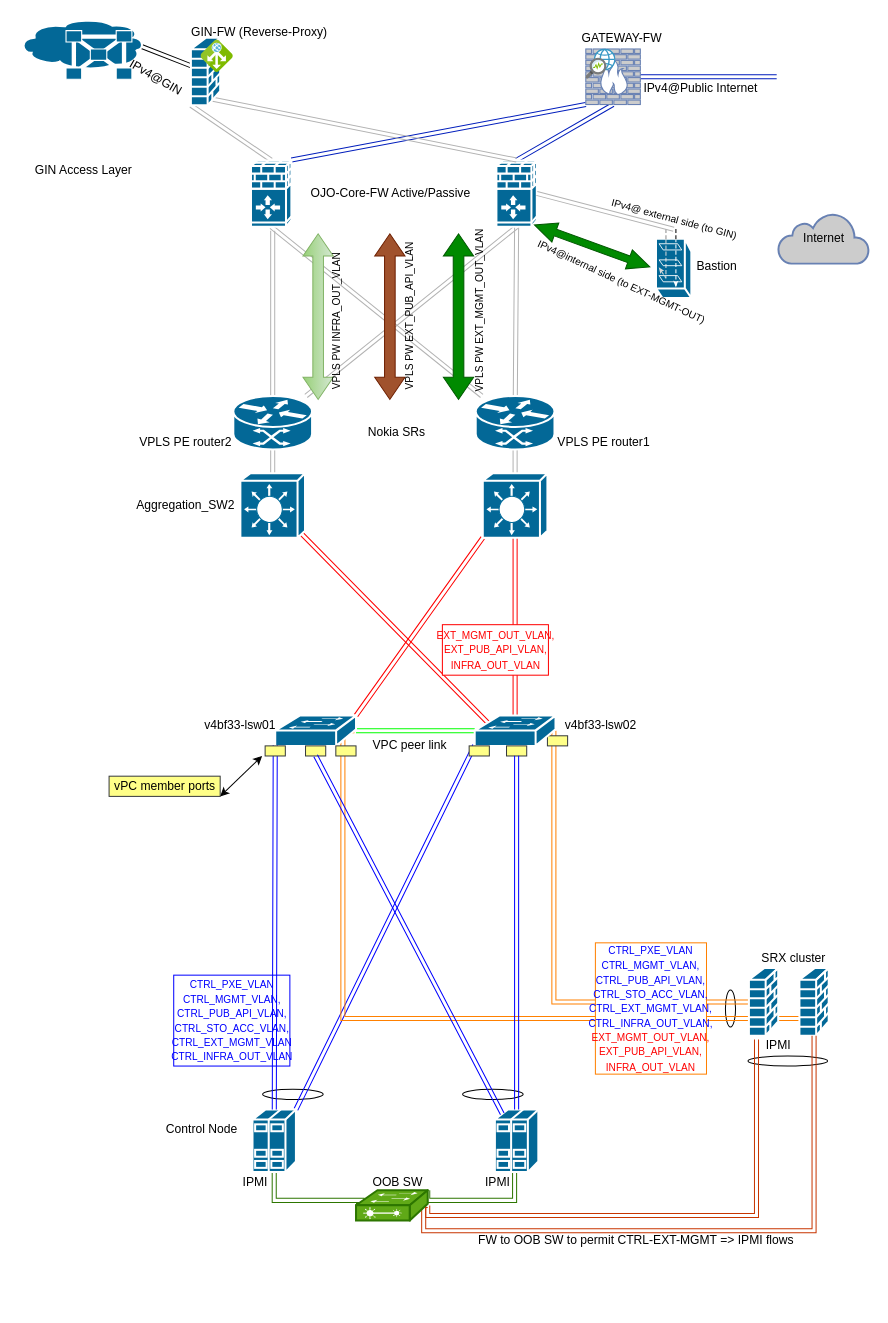
Before: LLD_OPC_VdR_wToolServer(bastion+RP).drawio in bogdanadrian-burciu/diagrams-net, a draw.io diagram. Source tidied: cells renumbered, new cells numbered last; positions are measured from the earlier drawing's top-left corner, leaving out a move shared by most shapes. Both pictures are drawn from the tidied source at 101%, with x=0, y=0 at pixel (17, 18).
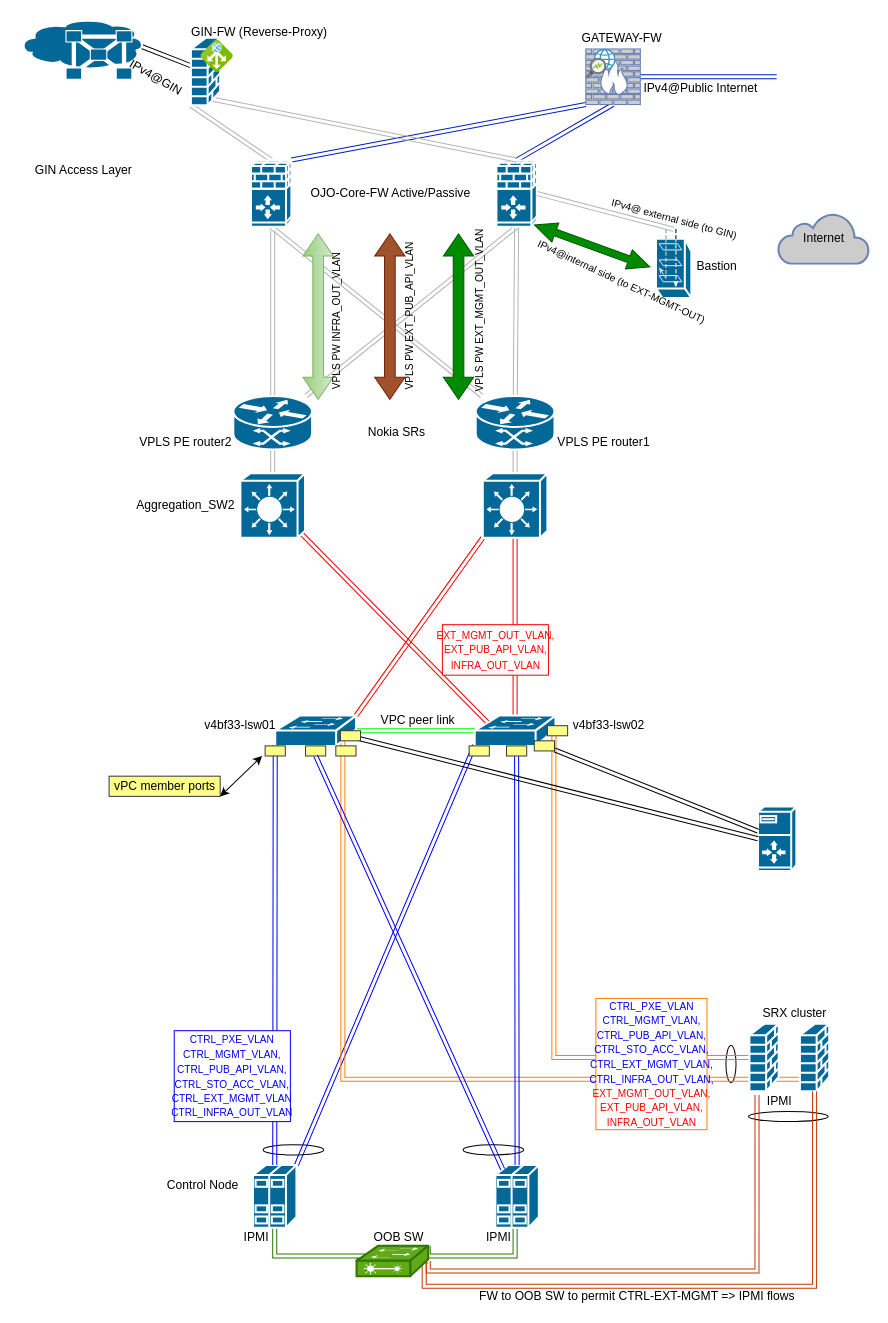
After the change.

Unchanged cells that the change refers to:
```xml
<mxCell id="49" style="shape=mxgraph.cisco.switches.workgroup_switch;html=1;dashed=0;fillColor=#036897;strokeColor=#ffffff;strokeWidth=2;verticalLabelPosition=bottom;verticalAlign=top;align=center;outlineConnect=0;" parent="1" vertex="1">
  <mxGeometry x="255" y="690" width="80" height="30" as="geometry" />
</mxCell>
```

What changed in the source:
```diff
@@
     <mxCell id="2" style="ellipse;whiteSpace=wrap;html=1;" parent="1" vertex="1">
-      <mxGeometry x="242.5" y="1060" width="60" height="10" as="geometry" />
+      <mxGeometry x="243" y="1115" width="60" height="10" as="geometry" />
     </mxCell>
     <mxCell id="3" style="ellipse;whiteSpace=wrap;html=1;" parent="1" vertex="1">
-      <mxGeometry x="440.5" y="1060" width="60" height="10" as="geometry" />
+      <mxGeometry x="441" y="1115" width="60" height="10" as="geometry" />
     </mxCell>
     <mxCell id="4" style="ellipse;whiteSpace=wrap;html=1;" parent="1" vertex="1">
-      <mxGeometry x="723" y="1027" width="79" height="10" as="geometry" />
+      <mxGeometry x="723.5" y="1082" width="79" height="10" as="geometry" />
     </mxCell>
     <mxCell id="5" style="ellipse;whiteSpace=wrap;html=1;rotation=-90;" parent="1" vertex="1">
-      <mxGeometry x="687.5" y="975" width="36.5" height="10" as="geometry" />
+      <mxGeometry x="688" y="1030" width="36.5" height="10" as="geometry" />
     </mxCell>
@@
     <mxCell id="8" style="edgeStyle=orthogonalEdgeStyle;rounded=0;jettySize=auto;html=1;exitX=0.5;exitY=1;exitDx=0;exitDy=0;exitPerimeter=0;fillColor=#60a917;strokeColor=#2D7600;shape=link;entryX=0;entryY=0.5;entryDx=0;entryDy=0;entryPerimeter=0;" parent="1" edge="1" source="9" target="93">
       <mxGeometry relative="1" as="geometry">
         <Array as="points">
-          <mxPoint x="254" y="1170" />
-          <mxPoint x="341" y="1170" />
+          <mxPoint x="254.5" y="1225" />
+          <mxPoint x="341.5" y="1225" />
         </Array>
       </mxGeometry>
     </mxCell>
     <mxCell id="9" style="shape=mxgraph.cisco.servers.standard_host;html=1;dashed=0;fillColor=#036897;strokeColor=#ffffff;strokeWidth=2;verticalLabelPosition=bottom;verticalAlign=top;align=center;outlineConnect=0;" parent="1" vertex="1">
-      <mxGeometry x="232.5" y="1080" width="43" height="62" as="geometry" />
+      <mxGeometry x="233" y="1135" width="43" height="62" as="geometry" />
     </mxCell>
@@
     <mxCell id="12" style="edgeStyle=orthogonalEdgeStyle;rounded=0;jettySize=auto;html=1;entryX=1;entryY=0;entryDx=0;entryDy=0;entryPerimeter=0;fillColor=#60a917;strokeColor=#2D7600;shape=link;" parent="1" edge="1" source="13" target="93">
       <mxGeometry relative="1" as="geometry">
         <Array as="points">
-          <mxPoint x="492" y="1170" />
+          <mxPoint x="492.5" y="1225" />
         </Array>
       </mxGeometry>
     </mxCell>
     <mxCell id="13" style="shape=mxgraph.cisco.servers.standard_host;html=1;dashed=0;fillColor=#036897;strokeColor=#ffffff;strokeWidth=2;verticalLabelPosition=bottom;verticalAlign=top;align=center;outlineConnect=0;" parent="1" vertex="1">
-      <mxGeometry x="472.5" y="1080" width="43" height="62" as="geometry" />
+      <mxGeometry x="473" y="1135" width="43" height="62" as="geometry" />
     </mxCell>
@@
     <mxCell id="19" style="edgeStyle=orthogonalEdgeStyle;rounded=0;jettySize=auto;html=1;entryX=0.98;entryY=0.5;entryDx=0;entryDy=0;entryPerimeter=0;strokeColor=#FF8000;shape=link;" parent="1" edge="1" source="21" target="49">
       <mxGeometry relative="1" as="geometry">
         <Array as="points">
-          <mxPoint x="322" y="990" />
+          <mxPoint x="789" y="1050" />
+          <mxPoint x="322" y="1050" />
           <mxPoint x="322" y="705" />
         </Array>
       </mxGeometry>
     </mxCell>
     <mxCell id="20" style="shape=mxgraph.cisco.security.firewall;html=1;dashed=0;fillColor=#036897;strokeColor=#ffffff;strokeWidth=2;verticalLabelPosition=bottom;verticalAlign=top;align=center;outlineConnect=0;" parent="1" vertex="1">
-      <mxGeometry x="724" y="940" width="29" height="67" as="geometry" />
+      <mxGeometry x="724.5" y="995" width="29" height="67" as="geometry" />
     </mxCell>
     <mxCell id="21" style="shape=mxgraph.cisco.security.firewall;html=1;dashed=0;fillColor=#036897;strokeColor=#ffffff;strokeWidth=2;verticalLabelPosition=bottom;verticalAlign=top;align=center;outlineConnect=0;" parent="1" vertex="1">
-      <mxGeometry x="774" y="940" width="29" height="67" as="geometry" />
+      <mxGeometry x="774.5" y="995" width="29" height="67" as="geometry" />
     </mxCell>
@@
     <mxCell id="25" value="v4bf33-lsw02" style="text;html=1;align=center;verticalAlign=middle;" parent="1" vertex="1">
-      <mxGeometry x="531.5" y="690" width="90" height="20" as="geometry" />
+      <mxGeometry x="539.5" y="690" width="90" height="20" as="geometry" />
     </mxCell>
@@
     <mxCell id="27" value="Control Node" style="text;html=1;align=center;verticalAlign=middle;" parent="1" vertex="1">
-      <mxGeometry x="137" y="1090" width="90" height="20" as="geometry" />
+      <mxGeometry x="137.5" y="1145" width="90" height="20" as="geometry" />
     </mxCell>
     <mxCell id="28" value="SRX cluster" style="text;html=1;align=center;verticalAlign=middle;" parent="1" vertex="1">
-      <mxGeometry x="728" y="920" width="80" height="20" as="geometry" />
+      <mxGeometry x="728.5" y="975" width="80" height="20" as="geometry" />
     </mxCell>
     <mxCell id="29" value="VPC peer link" style="text;html=1;align=center;verticalAlign=middle;" parent="1" vertex="1">
-      <mxGeometry x="343" y="710" width="90" height="20" as="geometry" />
+      <mxGeometry x="350.5" y="685" width="90" height="20" as="geometry" />
     </mxCell>
-    <mxCell id="30" value="&lt;span style=&quot;font-family: &amp;#34;calibri&amp;#34; , sans-serif ; text-transform: uppercase&quot;&gt;&lt;font style=&quot;font-size: 10px&quot; color=&quot;#0000ff&quot;&gt;CTRL_PXE_VLAN&lt;br&gt;ctrl_mgmt_vlan, ctrl_pub_api_vlan,&lt;br&gt;ctrl_sto_acc_vlan, CTRL_ext_mgmt_vlan&lt;br&gt;CTRL_INFRA_OUT_VLAN&lt;br&gt;&lt;/font&gt;&lt;/span&gt;" style="whiteSpace=wrap;html=1;strokeColor=#0000FF;" parent="1" vertex="1">
-      <mxGeometry x="154.5" y="947" width="115" height="90" as="geometry" />
-    </mxCell>
     <mxCell id="31" value="&lt;font style=&quot;font-size: 10px&quot;&gt;&lt;font style=&quot;font-size: 10px&quot;&gt;&lt;font face=&quot;calibri, sans-serif&quot; style=&quot;color: rgb(0 , 0 , 255) ; font-size: 10px&quot;&gt;&lt;span style=&quot;text-transform: uppercase&quot;&gt;CTRL_PXE_VLAN&lt;br&gt;ctrl_mgmt_vlan, ctrl_pub_api_vlan,&lt;/span&gt;&lt;/font&gt;&lt;br&gt;&lt;font face=&quot;calibri, sans-serif&quot; style=&quot;color: rgb(0 , 0 , 255) ; font-size: 10px&quot;&gt;&lt;span style=&quot;text-transform: uppercase&quot;&gt;ctrl_sto_acc_vlan, CTRL_ext_mgmt_vlan,&lt;br&gt;CTRL_INFRA_OUT_VLAN,&lt;/span&gt;&lt;/font&gt;&lt;br&gt;&lt;font face=&quot;calibri, sans-serif&quot; style=&quot;font-size: 10px&quot; color=&quot;#ff0000&quot;&gt;&lt;span style=&quot;text-transform: uppercase&quot;&gt;EXT_MGMT_OUT_VLAN,&lt;br&gt;EXT_PUB_API_VLAN, INFRA_OUT_VLAN&lt;/span&gt;&lt;/font&gt;&lt;/font&gt;&lt;/font&gt;&lt;font style=&quot;font-size: 10px&quot; color=&quot;#0000ff&quot;&gt;&lt;br&gt;&lt;/font&gt;" style="whiteSpace=wrap;html=1;strokeColor=#FF8000;" parent="1" vertex="1">
-      <mxGeometry x="572" y="915" width="110" height="130" as="geometry" />
+      <mxGeometry x="572.5" y="970" width="110" height="130" as="geometry" />
     </mxCell>
@@
     <mxCell id="33" value="OOB SW" style="text;html=1;align=center;verticalAlign=middle;" parent="1" vertex="1">
-      <mxGeometry x="346" y="1142" width="60" height="20" as="geometry" />
+      <mxGeometry x="346.5" y="1197" width="60" height="20" as="geometry" />
     </mxCell>
     <mxCell id="34" value="IPMI" style="text;html=1;align=center;verticalAlign=middle;" parent="1" vertex="1">
-      <mxGeometry x="215" y="1142" width="40" height="20" as="geometry" />
+      <mxGeometry x="215.5" y="1197" width="40" height="20" as="geometry" />
     </mxCell>
     <mxCell id="35" value="IPMI" style="text;html=1;align=center;verticalAlign=middle;" parent="1" vertex="1">
-      <mxGeometry x="455" y="1142" width="40" height="20" as="geometry" />
+      <mxGeometry x="455.5" y="1197" width="40" height="20" as="geometry" />
     </mxCell>
     <mxCell id="36" value="IPMI" style="text;html=1;align=center;verticalAlign=middle;points=[];" parent="1" vertex="1">
-      <mxGeometry x="733" y="1007" width="40" height="20" as="geometry" />
+      <mxGeometry x="733.5" y="1062" width="40" height="20" as="geometry" />
     </mxCell>
@@
-    <mxCell id="50" style="whiteSpace=wrap;html=1;fillColor=#ffff88;strokeColor=#36393d;" parent="1" vertex="1">
-      <mxGeometry x="524.5" y="710" width="20" height="10" as="geometry" />
-    </mxCell>
@@
     <mxCell id="52" style="edgeStyle=orthogonalEdgeStyle;rounded=0;jettySize=auto;html=1;fillColor=#fa6800;strokeColor=#C73500;shape=link;exitX=0.5;exitY=1;exitDx=0;exitDy=0;exitPerimeter=0;entryX=1;entryY=0.5;entryDx=0;entryDy=0;entryPerimeter=0;" parent="1" edge="1" source="21" target="93">
       <mxGeometry relative="1" as="geometry">
         <Array as="points">
-          <mxPoint x="788" y="1200" />
-          <mxPoint x="402" y="1200" />
-          <mxPoint x="402" y="1175" />
+          <mxPoint x="788.5" y="1255" />
+          <mxPoint x="402.5" y="1255" />
+          <mxPoint x="402.5" y="1230" />
         </Array>
       </mxGeometry>
     </mxCell>
     <mxCell id="53" style="edgeStyle=orthogonalEdgeStyle;rounded=0;jettySize=auto;html=1;fillColor=#fa6800;strokeColor=#C73500;shape=link;exitX=-0.037;exitY=0.184;exitDx=0;exitDy=0;exitPerimeter=0;entryX=1;entryY=0.5;entryDx=0;entryDy=0;entryPerimeter=0;" parent="1" edge="1" source="36" target="93">
       <mxGeometry relative="1" as="geometry">
         <Array as="points">
-          <mxPoint x="732" y="1185" />
+          <mxPoint x="732.5" y="1240" />
         </Array>
       </mxGeometry>
     </mxCell>
     <mxCell id="54" value="FW to OOB SW to permit CTRL-EXT-MGMT =&amp;gt; IPMI flows" style="text;html=1;align=center;verticalAlign=middle;" parent="1" vertex="1">
-      <mxGeometry x="447" y="1200" width="330" height="20" as="geometry" />
+      <mxGeometry x="447.5" y="1255" width="330" height="20" as="geometry" />
     </mxCell>
@@
-    <mxCell id="91" style="shape=mxgraph.cisco.switches.workgroup_switch;html=1;dashed=0;fillColor=#036897;strokeColor=#ffffff;strokeWidth=2;verticalLabelPosition=bottom;verticalAlign=top;align=center;outlineConnect=0;" parent="1" vertex="1">
-      <mxGeometry x="452.5" y="690" width="80" height="30" as="geometry" />
-    </mxCell>
-    <mxCell id="92" style="whiteSpace=wrap;html=1;fillColor=#ffff88;strokeColor=#36393d;" parent="1" vertex="1">
-      <mxGeometry x="447" y="720" width="20" height="10" as="geometry" />
-    </mxCell>
     <mxCell id="93" style="shape=mxgraph.cisco.switches.layer_2_remote_switch;html=1;dashed=0;fillColor=#60a917;strokeColor=#2D7600;strokeWidth=2;verticalLabelPosition=bottom;verticalAlign=top;align=center;outlineConnect=0;fontColor=#ffffff;" parent="1" vertex="1">
-      <mxGeometry x="335" y="1160" width="71" height="30" as="geometry" />
+      <mxGeometry x="335.5" y="1215" width="71" height="30" as="geometry" />
     </mxCell>
-    <mxCell id="94" style="whiteSpace=wrap;html=1;fillColor=#ffff88;strokeColor=#36393d;" parent="1" vertex="1">
-      <mxGeometry x="484" y="720" width="20" height="10" as="geometry" />
-    </mxCell>
@@
+    <mxCell id="30" value="&lt;span style=&quot;font-family: &amp;#34;calibri&amp;#34; , sans-serif ; text-transform: uppercase&quot;&gt;&lt;font style=&quot;font-size: 10px&quot; color=&quot;#0000ff&quot;&gt;CTRL_PXE_VLAN&lt;br&gt;ctrl_mgmt_vlan, ctrl_pub_api_vlan,&lt;br&gt;ctrl_sto_acc_vlan, CTRL_ext_mgmt_vlan&lt;br&gt;CTRL_INFRA_OUT_VLAN&lt;br&gt;&lt;/font&gt;&lt;/span&gt;" style="whiteSpace=wrap;html=1;strokeColor=#0000FF;" parent="1" vertex="1">
+      <mxGeometry x="155" y="1002" width="115" height="90" as="geometry" />
+    </mxCell>
+    <mxCell id="100" style="edgeStyle=none;rounded=0;jettySize=auto;html=1;shape=link;" parent="1" edge="1" source="103" target="91">
+      <mxGeometry relative="1" as="geometry" />
+    </mxCell>
+    <mxCell id="101" style="edgeStyle=none;rounded=0;jettySize=auto;html=1;exitX=0;exitY=0.5;exitDx=0;exitDy=0;exitPerimeter=0;entryX=0.87;entryY=0.74;entryDx=0;entryDy=0;entryPerimeter=0;shape=link;" parent="1" edge="1" source="106" target="49">
+      <mxGeometry relative="1" as="geometry" />
+    </mxCell>
+    <mxCell id="102" style="shape=mxgraph.cisco.servers.server_with_router;html=1;dashed=0;fillColor=#036897;strokeColor=#ffffff;strokeWidth=2;verticalLabelPosition=bottom;verticalAlign=top;align=center;outlineConnect=0;" parent="1" vertex="1">
+      <mxGeometry x="733" y="780" width="38" height="64" as="geometry" />
+    </mxCell>
+    <mxCell id="91" style="shape=mxgraph.cisco.switches.workgroup_switch;html=1;dashed=0;fillColor=#036897;strokeColor=#ffffff;strokeWidth=2;verticalLabelPosition=bottom;verticalAlign=top;align=center;outlineConnect=0;" parent="1" vertex="1">
+      <mxGeometry x="452.5" y="690" width="80" height="30" as="geometry" />
+    </mxCell>
+    <mxCell id="103" style="whiteSpace=wrap;html=1;fillColor=#ffff88;strokeColor=#36393d;" parent="1" vertex="1">
+      <mxGeometry x="511.5" y="715" width="20" height="10" as="geometry" />
+    </mxCell>
+    <mxCell id="104" style="edgeStyle=none;rounded=0;jettySize=auto;html=1;shape=link;" parent="1" edge="1" source="102" target="103">
+      <mxGeometry relative="1" as="geometry" />
+    </mxCell>
+    <mxCell id="50" style="whiteSpace=wrap;html=1;fillColor=#ffff88;strokeColor=#36393d;" parent="1" vertex="1">
+      <mxGeometry x="524.5" y="700" width="20" height="10" as="geometry" />
+    </mxCell>
+    <mxCell id="92" style="whiteSpace=wrap;html=1;fillColor=#ffff88;strokeColor=#36393d;" parent="1" vertex="1">
+      <mxGeometry x="447" y="720" width="20" height="10" as="geometry" />
+    </mxCell>
+    <mxCell id="94" style="whiteSpace=wrap;html=1;fillColor=#ffff88;strokeColor=#36393d;" parent="1" vertex="1">
+      <mxGeometry x="484" y="720" width="20" height="10" as="geometry" />
+    </mxCell>
+    <mxCell id="105" style="edgeStyle=none;rounded=0;jettySize=auto;html=1;exitX=0;exitY=0.5;exitDx=0;exitDy=0;exitPerimeter=0;entryX=0.87;entryY=0.74;entryDx=0;entryDy=0;entryPerimeter=0;shape=link;" parent="1" edge="1" source="102" target="106">
+      <mxGeometry relative="1" as="geometry" />
+    </mxCell>
+    <mxCell id="106" style="whiteSpace=wrap;html=1;fillColor=#ffff88;strokeColor=#36393d;" parent="1" vertex="1">
+      <mxGeometry x="319.5" y="705" width="20" height="10" as="geometry" />
+    </mxCell>
```
